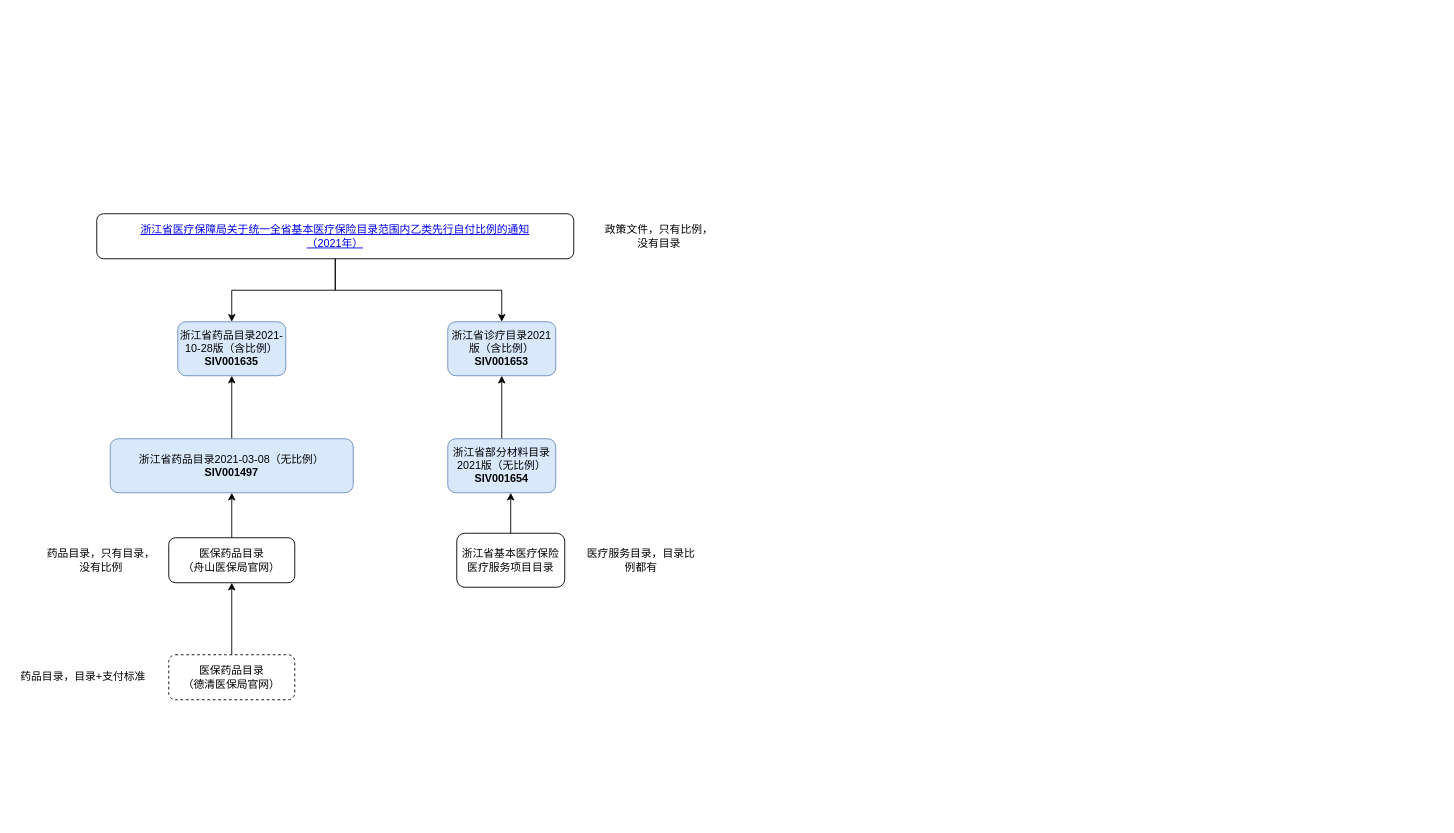
Above: 风控/浙江三目录数据源.drawio in XiaoLiuAI/diagrams (draw.io), before the change. Source tidied: cells renumbered, new cells numbered last; positions are measured from the earlier drawing's top-left corner, leaving out a move shared by most shapes. Both pictures are drawn from the tidied source at 90%, with x=0, y=0 at pixel (15, 213).
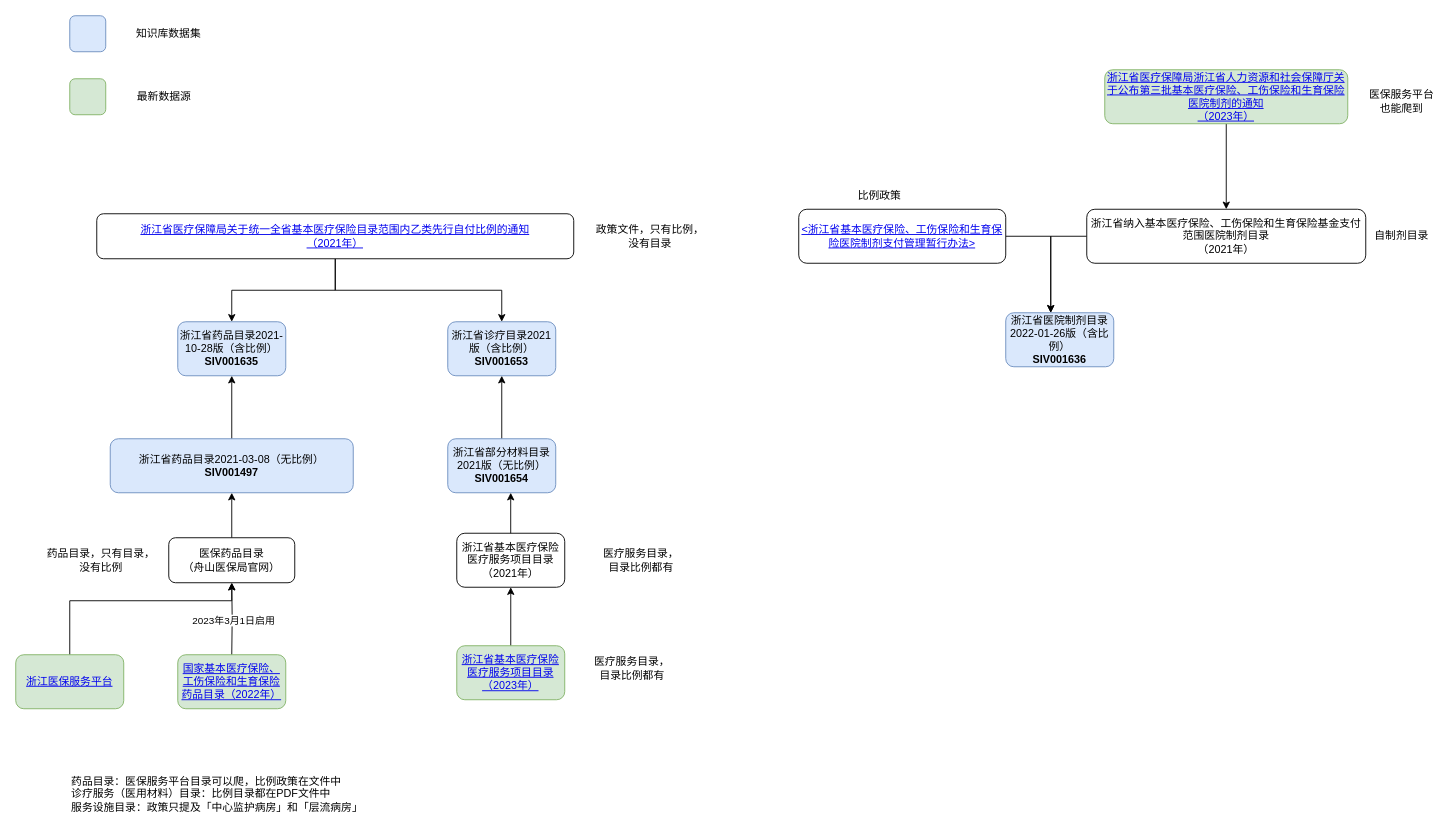
The same diagram, later.

Commit message:
Update 浙江三目录数据源.drawio

The change refers to these unchanged cells:
```xml
<mxCell id="9" value="医保药品目录&lt;br&gt;（舟山医保局官网）" style="rounded=1;whiteSpace=wrap;html=1;" parent="1" vertex="1">
  <mxGeometry x="170" y="360" width="140" height="50" as="geometry" />
</mxCell>
```

The edit, as a diff of the source:
```diff
@@
     <mxCell id="7" value="政策文件，只有比例，没有目录" style="text;html=1;strokeColor=none;fillColor=none;align=center;verticalAlign=middle;whiteSpace=wrap;rounded=0;" parent="1" vertex="1">
-      <mxGeometry x="650" y="10" width="130" height="30" as="geometry" />
+      <mxGeometry x="640" y="10" width="130" height="30" as="geometry" />
     </mxCell>
@@
-    <mxCell id="13" value="浙江省基本医疗保险医疗服务项目目录" style="rounded=1;whiteSpace=wrap;html=1;" parent="1" vertex="1">
+    <mxCell id="13" value="浙江省基本医疗保险医疗服务项目目录（2021年）" style="rounded=1;whiteSpace=wrap;html=1;" parent="1" vertex="1">
       <mxGeometry x="490" y="355" width="120" height="60" as="geometry" />
     </mxCell>
@@
-    <mxCell id="17" value="医疗服务目录，目录比例都有" style="text;html=1;strokeColor=none;fillColor=none;align=center;verticalAlign=middle;whiteSpace=wrap;rounded=0;" parent="1" vertex="1">
+    <mxCell id="17" value="医疗服务目录，&lt;br&gt;目录比例都有" style="text;html=1;strokeColor=none;fillColor=none;align=center;verticalAlign=middle;whiteSpace=wrap;rounded=0;" parent="1" vertex="1">
       <mxGeometry x="630" y="370" width="130" height="30" as="geometry" />
     </mxCell>
-    <mxCell id="18" style="edgeStyle=orthogonalEdgeStyle;rounded=0;jettySize=auto;html=1;entryX=0.5;entryY=1;entryDx=0;entryDy=0;" parent="1" edge="1" source="19" target="9">
-      <mxGeometry relative="1" as="geometry" />
+    <mxCell id="18" style="edgeStyle=orthogonalEdgeStyle;rounded=0;jettySize=auto;html=1;entryX=0.5;entryY=1;entryDx=0;entryDy=0;" parent="1" edge="1" target="9">
+      <mxGeometry relative="1" as="geometry">
+        <mxPoint x="240" y="490" as="sourcePoint" />
+      </mxGeometry>
     </mxCell>
-    <mxCell id="19" value="医保药品目录&lt;br&gt;（德清医保局官网）" style="rounded=1;whiteSpace=wrap;html=1;dashed=1;" parent="1" vertex="1">
-      <mxGeometry x="170" y="490" width="140" height="50" as="geometry" />
-    </mxCell>
-    <mxCell id="20" value="药品目录，目录+支付标准" style="text;html=1;strokeColor=none;fillColor=none;align=center;verticalAlign=middle;whiteSpace=wrap;rounded=0;" parent="1" vertex="1">
-      <mxGeometry y="500" width="150" height="30" as="geometry" />
-    </mxCell>
+    <mxCell id="21" value="2023年3月1日启用" style="edgeLabel;html=1;align=center;verticalAlign=middle;" parent="18" vertex="1">
+      <mxGeometry x="0.2" y="-1" relative="1" as="geometry">
+        <mxPoint y="9" as="offset" />
+      </mxGeometry>
+    </mxCell>
+    <mxCell id="22" style="edgeStyle=orthogonalEdgeStyle;rounded=0;jettySize=auto;html=1;entryX=0.5;entryY=1;entryDx=0;entryDy=0;" parent="1" edge="1" source="23" target="13">
+      <mxGeometry relative="1" as="geometry" />
+    </mxCell>
+    <mxCell id="23" value="&lt;a href=&quot;http://ybj.zj.gov.cn/art/2023/1/10/art_1229225636_5052263.html&quot;&gt;浙江省基本医疗保险医疗服务项目目录（2023年）&lt;/a&gt;" style="rounded=1;whiteSpace=wrap;html=1;fillColor=#d5e8d4;strokeColor=#82b366;" parent="1" vertex="1">
+      <mxGeometry x="490" y="480" width="120" height="60" as="geometry" />
+    </mxCell>
+    <mxCell id="24" value="&lt;a href=&quot;http://ybj.zj.gov.cn/art/2023/3/1/art_1229225636_5074403.html&quot;&gt;国家基本医疗保险、工伤保险和生育保险药品目录（2022年）&lt;/a&gt;" style="rounded=1;whiteSpace=wrap;html=1;fillColor=#d5e8d4;strokeColor=#82b366;" parent="1" vertex="1">
+      <mxGeometry x="180" y="490" width="120" height="60" as="geometry" />
+    </mxCell>
+    <mxCell id="25" style="edgeStyle=orthogonalEdgeStyle;rounded=0;jettySize=auto;html=1;" parent="1" edge="1" source="26" target="9">
+      <mxGeometry relative="1" as="geometry">
+        <Array as="points">
+          <mxPoint x="60" y="430" />
+          <mxPoint x="240" y="430" />
+        </Array>
+      </mxGeometry>
+    </mxCell>
+    <mxCell id="26" value="&lt;a href=&quot;https://zhyb.ybj.zj.gov.cn/#/search/MedicalTreatment&quot;&gt;浙江医保服务平台&lt;/a&gt;" style="rounded=1;whiteSpace=wrap;html=1;fillColor=#d5e8d4;strokeColor=#82b366;" parent="1" vertex="1">
+      <mxGeometry y="490" width="120" height="60" as="geometry" />
+    </mxCell>
+    <mxCell id="27" style="edgeStyle=orthogonalEdgeStyle;rounded=0;jettySize=auto;html=1;" parent="1" edge="1" source="28" target="31">
+      <mxGeometry relative="1" as="geometry">
+        <Array as="points">
+          <mxPoint x="1150" y="25" />
+        </Array>
+      </mxGeometry>
+    </mxCell>
+    <mxCell id="28" value="&lt;a href=&quot;https://zjjcmspublic.oss-cn-hangzhou-zwynet-d01-a.internet.cloud.zj.gov.cn/jcms_files/jcms1/web3190/site/attach/0/edf8e19eb4f746cc884567a6b8a70e32.pdf&quot;&gt;&amp;lt;浙江省基本医疗保险、工伤保险和生育保险医院制剂支付管理暂行办法&amp;gt;&lt;/a&gt;" style="rounded=1;whiteSpace=wrap;html=1;" parent="1" vertex="1">
+      <mxGeometry x="870" y="-5" width="230" height="60" as="geometry" />
+    </mxCell>
+    <mxCell id="29" style="edgeStyle=orthogonalEdgeStyle;rounded=0;jettySize=auto;html=1;" parent="1" edge="1" source="30" target="31">
+      <mxGeometry relative="1" as="geometry">
+        <Array as="points">
+          <mxPoint x="1150" y="25" />
+        </Array>
+      </mxGeometry>
+    </mxCell>
+    <mxCell id="30" value="浙江省纳入基本医疗保险、工伤保险和生育保险基金支付范围医院制剂目录&lt;br&gt;（2021年）" style="rounded=1;whiteSpace=wrap;html=1;" parent="1" vertex="1">
+      <mxGeometry x="1190" y="-5" width="310" height="60" as="geometry" />
+    </mxCell>
+    <mxCell id="31" value="浙江省医院制剂目录2022-01-26版（含比例）&lt;br&gt;&lt;b&gt;SIV001636&lt;/b&gt;" style="rounded=1;whiteSpace=wrap;html=1;fillColor=#dae8fc;strokeColor=#6c8ebf;" parent="1" vertex="1">
+      <mxGeometry x="1100" y="110" width="120" height="60" as="geometry" />
+    </mxCell>
+    <mxCell id="32" style="rounded=0;jettySize=auto;html=1;" parent="1" edge="1" source="33" target="30">
+      <mxGeometry relative="1" as="geometry" />
+    </mxCell>
+    <mxCell id="33" value="&lt;a href=&quot;http://ybj.zj.gov.cn/art/2023/12/29/art_1229113757_2506286.html&quot;&gt;浙江省医疗保障局浙江省人力资源和社会保障厅关于公布第三批基本医疗保险、工伤保险和生育保险医院制剂的通知&lt;br&gt;（2023年）&lt;/a&gt;" style="rounded=1;whiteSpace=wrap;html=1;fillColor=#d5e8d4;strokeColor=#82b366;" parent="1" vertex="1">
+      <mxGeometry x="1210" y="-160" width="270" height="60" as="geometry" />
+    </mxCell>
+    <mxCell id="34" style="rounded=1;whiteSpace=wrap;html=1;fillColor=#dae8fc;strokeColor=#6c8ebf;" parent="1" vertex="1">
+      <mxGeometry x="60" y="-220" width="40" height="40" as="geometry" />
+    </mxCell>
+    <mxCell id="35" value="知识库数据集" style="text;html=1;strokeColor=none;fillColor=none;align=center;verticalAlign=middle;whiteSpace=wrap;rounded=0;" parent="1" vertex="1">
+      <mxGeometry x="105" y="-215" width="130" height="30" as="geometry" />
+    </mxCell>
+    <mxCell id="36" style="rounded=1;whiteSpace=wrap;html=1;fillColor=#d5e8d4;strokeColor=#82b366;" parent="1" vertex="1">
+      <mxGeometry x="60" y="-150" width="40" height="40" as="geometry" />
+    </mxCell>
+    <mxCell id="37" value="最新数据源" style="text;html=1;strokeColor=none;fillColor=none;align=center;verticalAlign=middle;whiteSpace=wrap;rounded=0;" parent="1" vertex="1">
+      <mxGeometry x="100" y="-145" width="130" height="30" as="geometry" />
+    </mxCell>
+    <mxCell id="38" value="比例政策" style="text;html=1;strokeColor=none;fillColor=none;align=center;verticalAlign=middle;whiteSpace=wrap;rounded=0;" parent="1" vertex="1">
+      <mxGeometry x="930" y="-35" width="60" height="30" as="geometry" />
+    </mxCell>
+    <mxCell id="39" value="自制剂目录" style="text;html=1;strokeColor=none;fillColor=none;align=center;verticalAlign=middle;whiteSpace=wrap;rounded=0;" parent="1" vertex="1">
+      <mxGeometry x="1500" y="10" width="80" height="30" as="geometry" />
+    </mxCell>
+    <mxCell id="40" value="医疗服务目录，&lt;br&gt;目录比例都有" style="text;html=1;strokeColor=none;fillColor=none;align=center;verticalAlign=middle;whiteSpace=wrap;rounded=0;" parent="1" vertex="1">
+      <mxGeometry x="620" y="490" width="130" height="30" as="geometry" />
+    </mxCell>
+    <mxCell id="41" value="药品目录：医保服务平台目录可以爬，比例政策在文件中&lt;br&gt;诊疗服务（医用材料）目录：比例目录都在PDF文件中&lt;br&gt;服务设施目录：政策只提及「中心监护病房」和「层流病房」" style="text;html=1;strokeColor=none;fillColor=none;align=left;verticalAlign=middle;whiteSpace=wrap;rounded=0;" parent="1" vertex="1">
+      <mxGeometry x="60" y="620" width="380" height="50" as="geometry" />
+    </mxCell>
+    <mxCell id="42" value="医保服务平台也能爬到" style="text;html=1;strokeColor=none;fillColor=none;align=center;verticalAlign=middle;whiteSpace=wrap;rounded=0;" parent="1" vertex="1">
+      <mxGeometry x="1500" y="-140" width="80" height="30" as="geometry" />
+    </mxCell>
```
